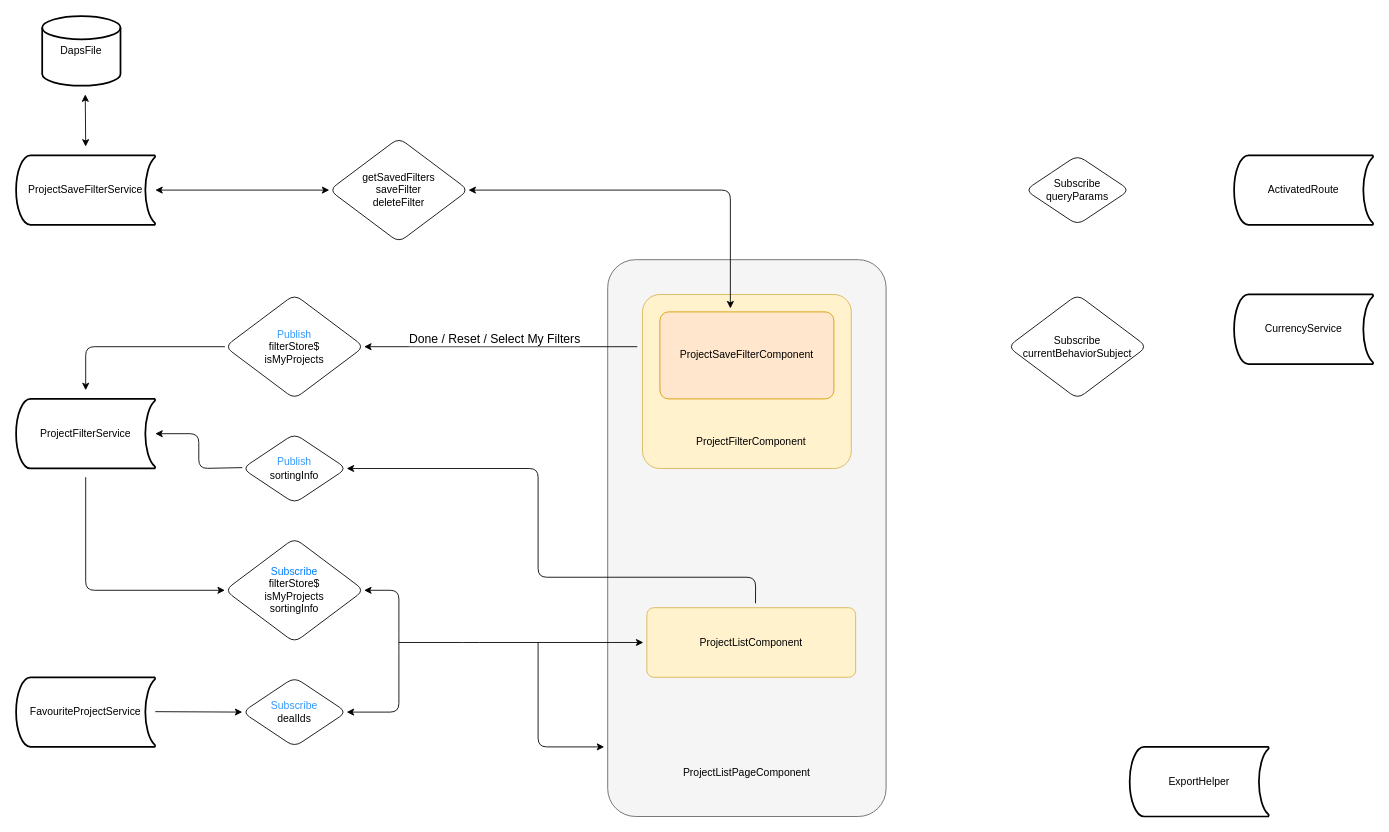
YeShengdong/diagrams keeps this draw.io diagram as Project-List.drawio. Above is the earlier version. Source tidied: cells renumbered, new cells numbered last; positions are measured from the earlier drawing's top-left corner, leaving out a move shared by most shapes. Both pictures are drawn from the tidied source at 87%, with x=0, y=0 at pixel (16, 16).
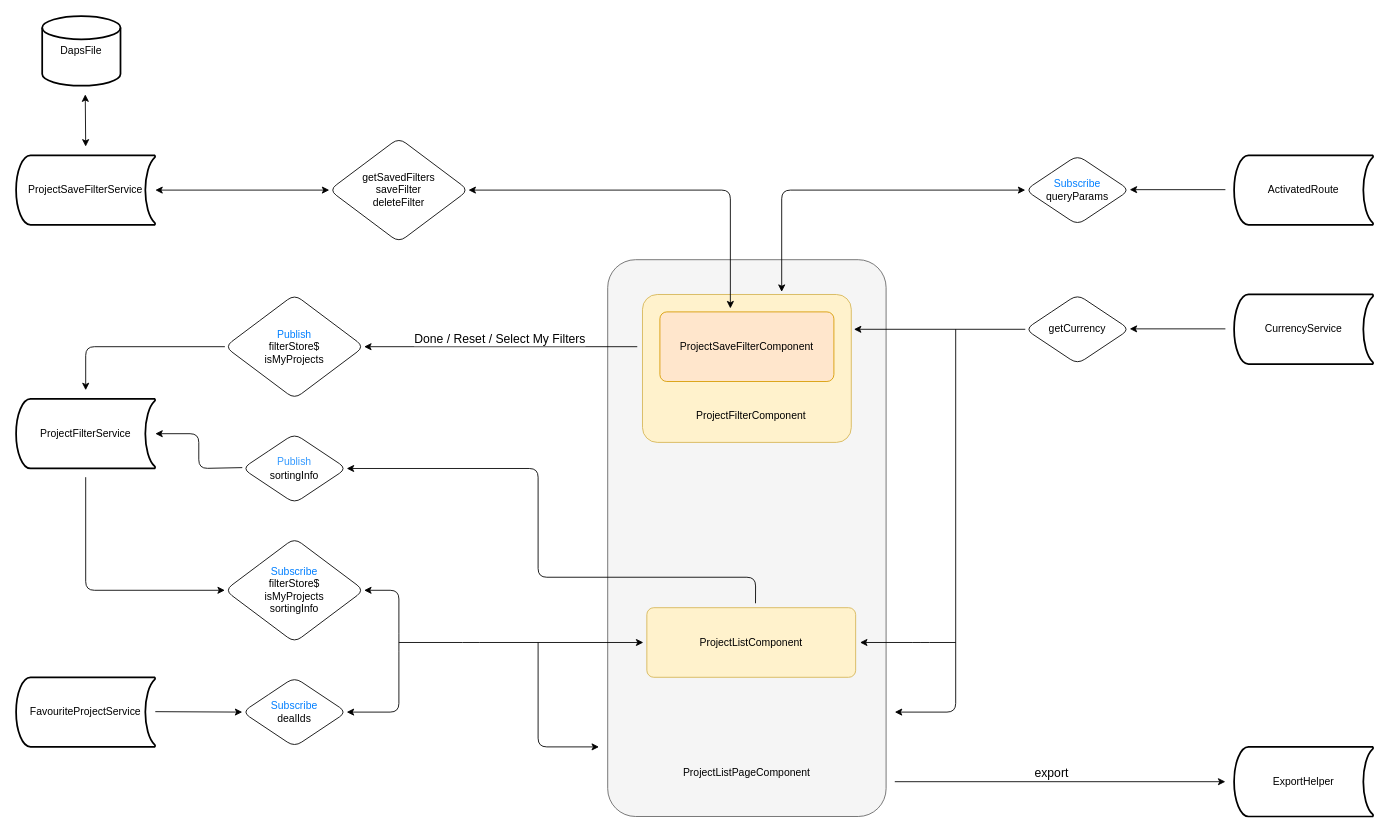
Above is the later version.

Unchanged cells that the change refers to:
```xml
<mxCell id="25" style="endArrow=classic;html=1;rounded=1;strokeColor=default;fontColor=#3399FF;" parent="1" edge="1">
  <mxGeometry relative="1" as="geometry">
    <mxPoint x="714" y="380" as="sourcePoint" />
    <mxPoint x="400" y="380" as="targetPoint" />
  </mxGeometry>
</mxCell>
```

Change to the diagram source:
```diff
@@
-    <mxCell id="4" value="Subscribe&lt;br&gt;queryParams" style="shape=rhombus;perimeter=rhombusPerimeter;whiteSpace=wrap;html=1;align=center;rounded=1;" parent="1" vertex="1">
+    <mxCell id="4" value="&lt;font color=&quot;#007fff&quot;&gt;Subscribe&lt;/font&gt;&lt;br&gt;queryParams" style="shape=rhombus;perimeter=rhombusPerimeter;whiteSpace=wrap;html=1;align=center;rounded=1;" parent="1" vertex="1">
       <mxGeometry x="1160" y="160" width="120" height="80" as="geometry" />
     </mxCell>
@@
     <mxCell id="6" style="rounded=1;arcSize=10;whiteSpace=wrap;html=1;align=center;fillColor=#fff2cc;strokeColor=#d6b656;" parent="1" vertex="1">
-      <mxGeometry x="720" y="320" width="240" height="200" as="geometry" />
+      <mxGeometry x="720" y="320" width="240" height="170" as="geometry" />
     </mxCell>
     <mxCell id="7" value="ProjectFilterComponent" style="text;html=1;strokeColor=none;fillColor=none;align=center;verticalAlign=middle;whiteSpace=wrap;rounded=1;glass=0;fillStyle=auto;" parent="1" vertex="1">
-      <mxGeometry x="765" y="470" width="160" height="40" as="geometry" />
+      <mxGeometry x="765" y="440" width="160" height="40" as="geometry" />
     </mxCell>
@@
     <mxCell id="9" value="ProjectSaveFilterComponent" style="rounded=1;arcSize=10;whiteSpace=wrap;html=1;align=center;fillColor=#ffe6cc;strokeColor=#d79b00;" parent="1" vertex="1">
-      <mxGeometry x="740" y="340" width="200" height="100" as="geometry" />
+      <mxGeometry x="740" y="340" width="200" height="80" as="geometry" />
     </mxCell>
@@
-    <mxCell id="14" value="Subscribe&lt;br&gt;currentBehaviorSubject" style="shape=rhombus;perimeter=rhombusPerimeter;whiteSpace=wrap;html=1;align=center;rounded=1;" parent="1" vertex="1">
-      <mxGeometry x="1140" y="320" width="160" height="120" as="geometry" />
+    <mxCell id="14" value="getCurrency" style="shape=rhombus;perimeter=rhombusPerimeter;whiteSpace=wrap;html=1;align=center;rounded=1;" parent="1" vertex="1">
+      <mxGeometry x="1160" y="320" width="120" height="80" as="geometry" />
     </mxCell>
-    <mxCell id="15" value="&lt;font color=&quot;#3399ff&quot;&gt;Publish&lt;/font&gt;&lt;br&gt;filterStore$&lt;br&gt;isMyProjects" style="shape=rhombus;perimeter=rhombusPerimeter;whiteSpace=wrap;html=1;align=center;rounded=1;" parent="1" vertex="1">
+    <mxCell id="15" value="&lt;font color=&quot;#007fff&quot;&gt;Publish&lt;/font&gt;&lt;br&gt;filterStore$&lt;br&gt;isMyProjects" style="shape=rhombus;perimeter=rhombusPerimeter;whiteSpace=wrap;html=1;align=center;rounded=1;" parent="1" vertex="1">
       <mxGeometry x="240" y="320" width="160" height="120" as="geometry" />
     </mxCell>
@@
     <mxCell id="19" value="ExportHelper" style="strokeWidth=2;html=1;shape=mxgraph.flowchart.stored_data;whiteSpace=wrap;glass=0;fillStyle=auto;strokeColor=default;fillColor=none;gradientColor=none;rounded=1;" parent="1" vertex="1">
-      <mxGeometry x="1280" y="840" width="160" height="80" as="geometry" />
+      <mxGeometry x="1400" y="840" width="160" height="80" as="geometry" />
     </mxCell>
@@
-    <mxCell id="21" value="&lt;font color=&quot;#3399ff&quot;&gt;Subscribe&lt;/font&gt;&lt;br&gt;dealIds" style="shape=rhombus;perimeter=rhombusPerimeter;whiteSpace=wrap;html=1;align=center;rounded=1;" parent="1" vertex="1">
+    <mxCell id="21" value="&lt;font color=&quot;#007fff&quot;&gt;Subscribe&lt;/font&gt;&lt;br&gt;dealIds" style="shape=rhombus;perimeter=rhombusPerimeter;whiteSpace=wrap;html=1;align=center;rounded=1;" parent="1" vertex="1">
       <mxGeometry x="260" y="760" width="120" height="80" as="geometry" />
     </mxCell>
@@
-    <mxCell id="26" value="Done / Reset / Select My Filters" style="edgeLabel;html=1;align=center;verticalAlign=middle;fontSize=14;" parent="25" vertex="1">
+    <mxCell id="26" value="Done / Reset / Select My Filters" style="edgeLabel;html=1;align=center;verticalAlign=middle;fontSize=14;rounded=1;" parent="25" vertex="1">
       <mxGeometry x="0.1" y="3" relative="1" as="geometry">
-        <mxPoint x="8" y="-13" as="offset" />
+        <mxPoint x="14" y="-13" as="offset" />
       </mxGeometry>
     </mxCell>
@@
     <mxCell id="33" style="endArrow=classic;html=1;rounded=1;fontSize=11;startSize=6;endSize=6;" parent="1" edge="1">
       <mxGeometry relative="1" as="geometry">
         <mxPoint x="600" y="720" as="sourcePoint" />
-        <mxPoint x="676" y="840" as="targetPoint" />
+        <mxPoint x="670" y="840" as="targetPoint" />
         <Array as="points">
           <mxPoint x="600" y="840" />
         </Array>
       </mxGeometry>
     </mxCell>
@@
+    <mxCell id="35" style="endArrow=classic;html=1;rounded=1;sketch=0;fontSize=14;fontColor=#3399FF;startSize=6;endSize=6;sourcePerimeterSpacing=6;targetPerimeterSpacing=6;jumpStyle=none;" parent="1" edge="1">
+      <mxGeometry relative="1" as="geometry">
+        <mxPoint x="1390" y="199.5" as="sourcePoint" />
+        <mxPoint x="1280" y="199.5" as="targetPoint" />
+      </mxGeometry>
+    </mxCell>
+    <mxCell id="36" style="endArrow=classic;html=1;rounded=1;sketch=0;fontSize=14;fontColor=#3399FF;startSize=6;endSize=6;sourcePerimeterSpacing=6;targetPerimeterSpacing=6;jumpStyle=none;startArrow=classic;startFill=1;exitX=0;exitY=0.5;exitDx=0;exitDy=0;" parent="1" edge="1" source="4">
+      <mxGeometry relative="1" as="geometry">
+        <mxPoint x="880" y="317" as="targetPoint" />
+        <Array as="points">
+          <mxPoint x="880" y="200" />
+        </Array>
+      </mxGeometry>
+    </mxCell>
+    <mxCell id="37" style="endArrow=classic;html=1;rounded=1;sketch=0;fontSize=14;fontColor=#3399FF;startSize=6;endSize=6;sourcePerimeterSpacing=6;targetPerimeterSpacing=6;jumpStyle=none;" parent="1" edge="1">
+      <mxGeometry relative="1" as="geometry">
+        <mxPoint x="1390" y="359.5" as="sourcePoint" />
+        <mxPoint x="1280" y="359.5" as="targetPoint" />
+      </mxGeometry>
+    </mxCell>
+    <mxCell id="38" style="endArrow=classic;html=1;rounded=1;sketch=0;fontSize=14;fontColor=#3399FF;startSize=6;endSize=6;sourcePerimeterSpacing=6;targetPerimeterSpacing=6;jumpStyle=none;exitX=0;exitY=0.5;exitDx=0;exitDy=0;" parent="1" edge="1" source="14">
+      <mxGeometry relative="1" as="geometry">
+        <mxPoint x="963" y="360" as="targetPoint" />
+      </mxGeometry>
+    </mxCell>
+    <mxCell id="39" style="endArrow=classic;html=1;rounded=1;sketch=0;fontSize=14;fontColor=#3399FF;startSize=6;endSize=6;sourcePerimeterSpacing=6;targetPerimeterSpacing=6;jumpStyle=none;" parent="1" edge="1">
+      <mxGeometry relative="1" as="geometry">
+        <mxPoint x="1080" y="360" as="sourcePoint" />
+        <mxPoint x="1010" y="800" as="targetPoint" />
+        <Array as="points">
+          <mxPoint x="1080" y="800" />
+        </Array>
+      </mxGeometry>
+    </mxCell>
+    <mxCell id="40" style="endArrow=classic;html=1;rounded=1;sketch=0;fontSize=14;fontColor=#3399FF;startSize=6;endSize=6;sourcePerimeterSpacing=6;targetPerimeterSpacing=6;jumpStyle=none;" parent="1" edge="1">
+      <mxGeometry relative="1" as="geometry">
+        <mxPoint x="1080" y="720" as="sourcePoint" />
+        <mxPoint x="970" y="720" as="targetPoint" />
+        <Array as="points">
+          <mxPoint x="1040" y="720" />
+        </Array>
+      </mxGeometry>
+    </mxCell>
+    <mxCell id="41" style="endArrow=classic;html=1;rounded=1;sketch=0;fontSize=14;fontColor=#3399FF;startSize=6;endSize=6;sourcePerimeterSpacing=6;targetPerimeterSpacing=6;jumpStyle=none;" parent="1" edge="1">
+      <mxGeometry relative="1" as="geometry">
+        <mxPoint x="1010" y="880" as="sourcePoint" />
+        <mxPoint x="1390" y="880" as="targetPoint" />
+      </mxGeometry>
+    </mxCell>
+    <mxCell id="42" value="export" style="text;html=1;align=center;verticalAlign=middle;strokeColor=none;fillColor=none;fontSize=14;fontColor=#000000;rounded=1;" parent="1" vertex="1">
+      <mxGeometry x="1160" y="855" width="60" height="30" as="geometry" />
+    </mxCell>
```
